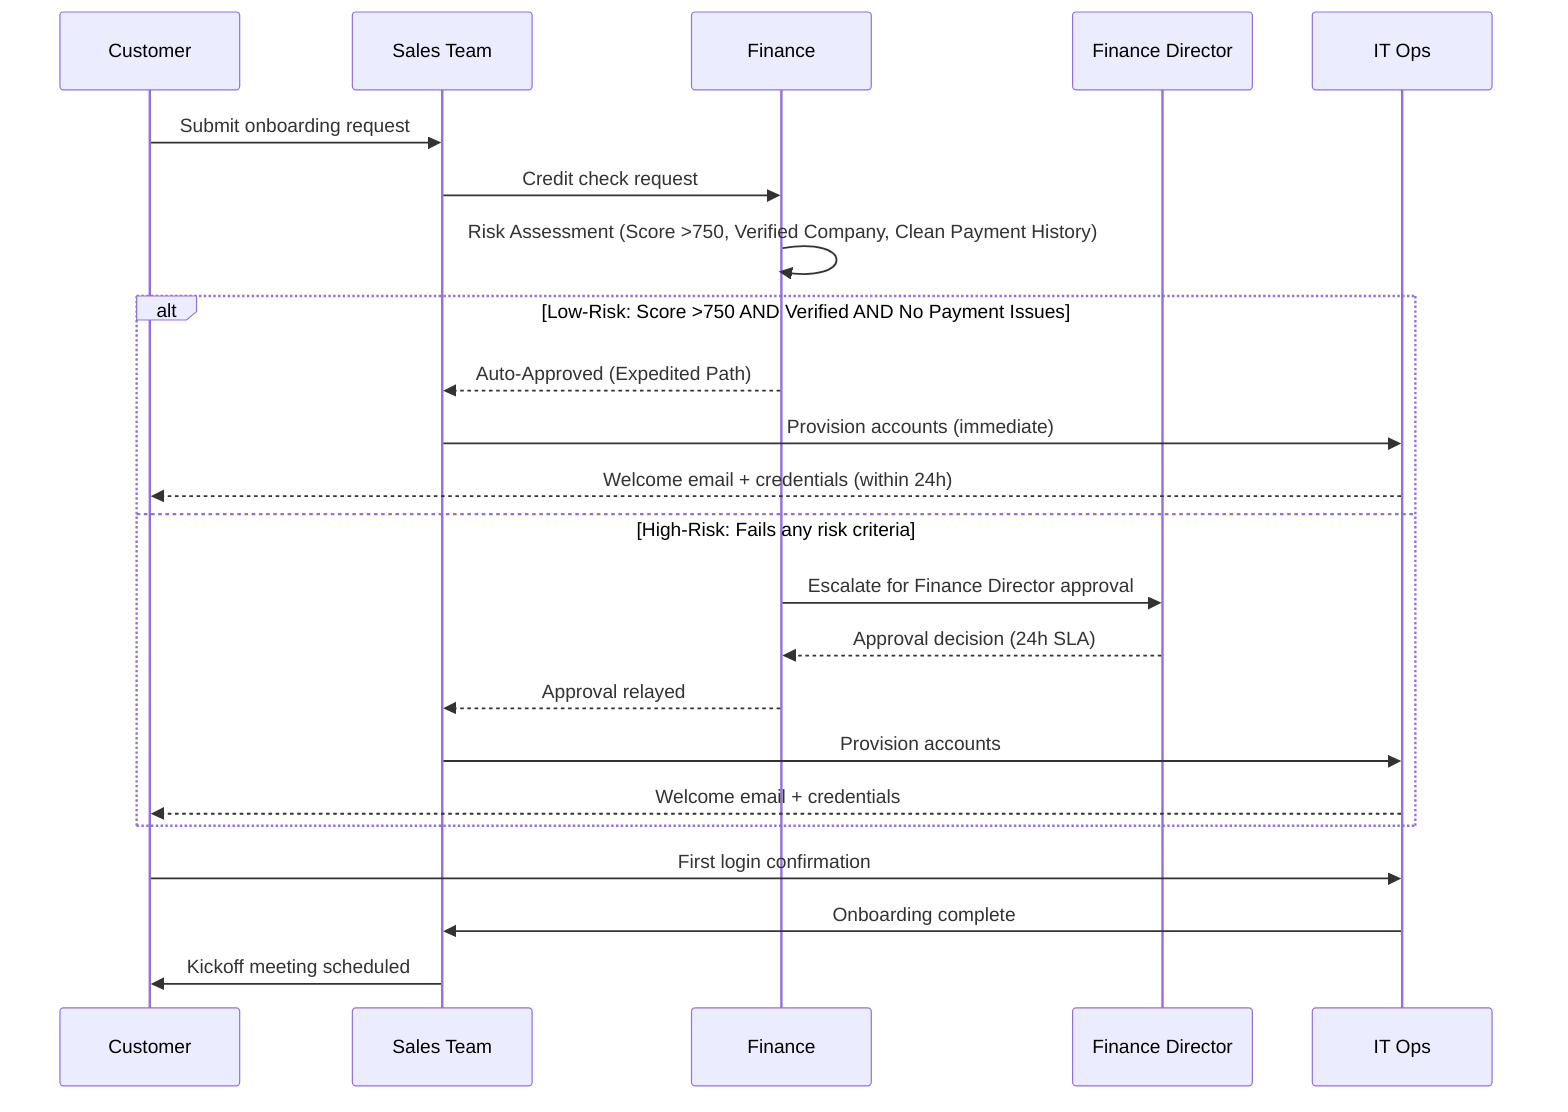
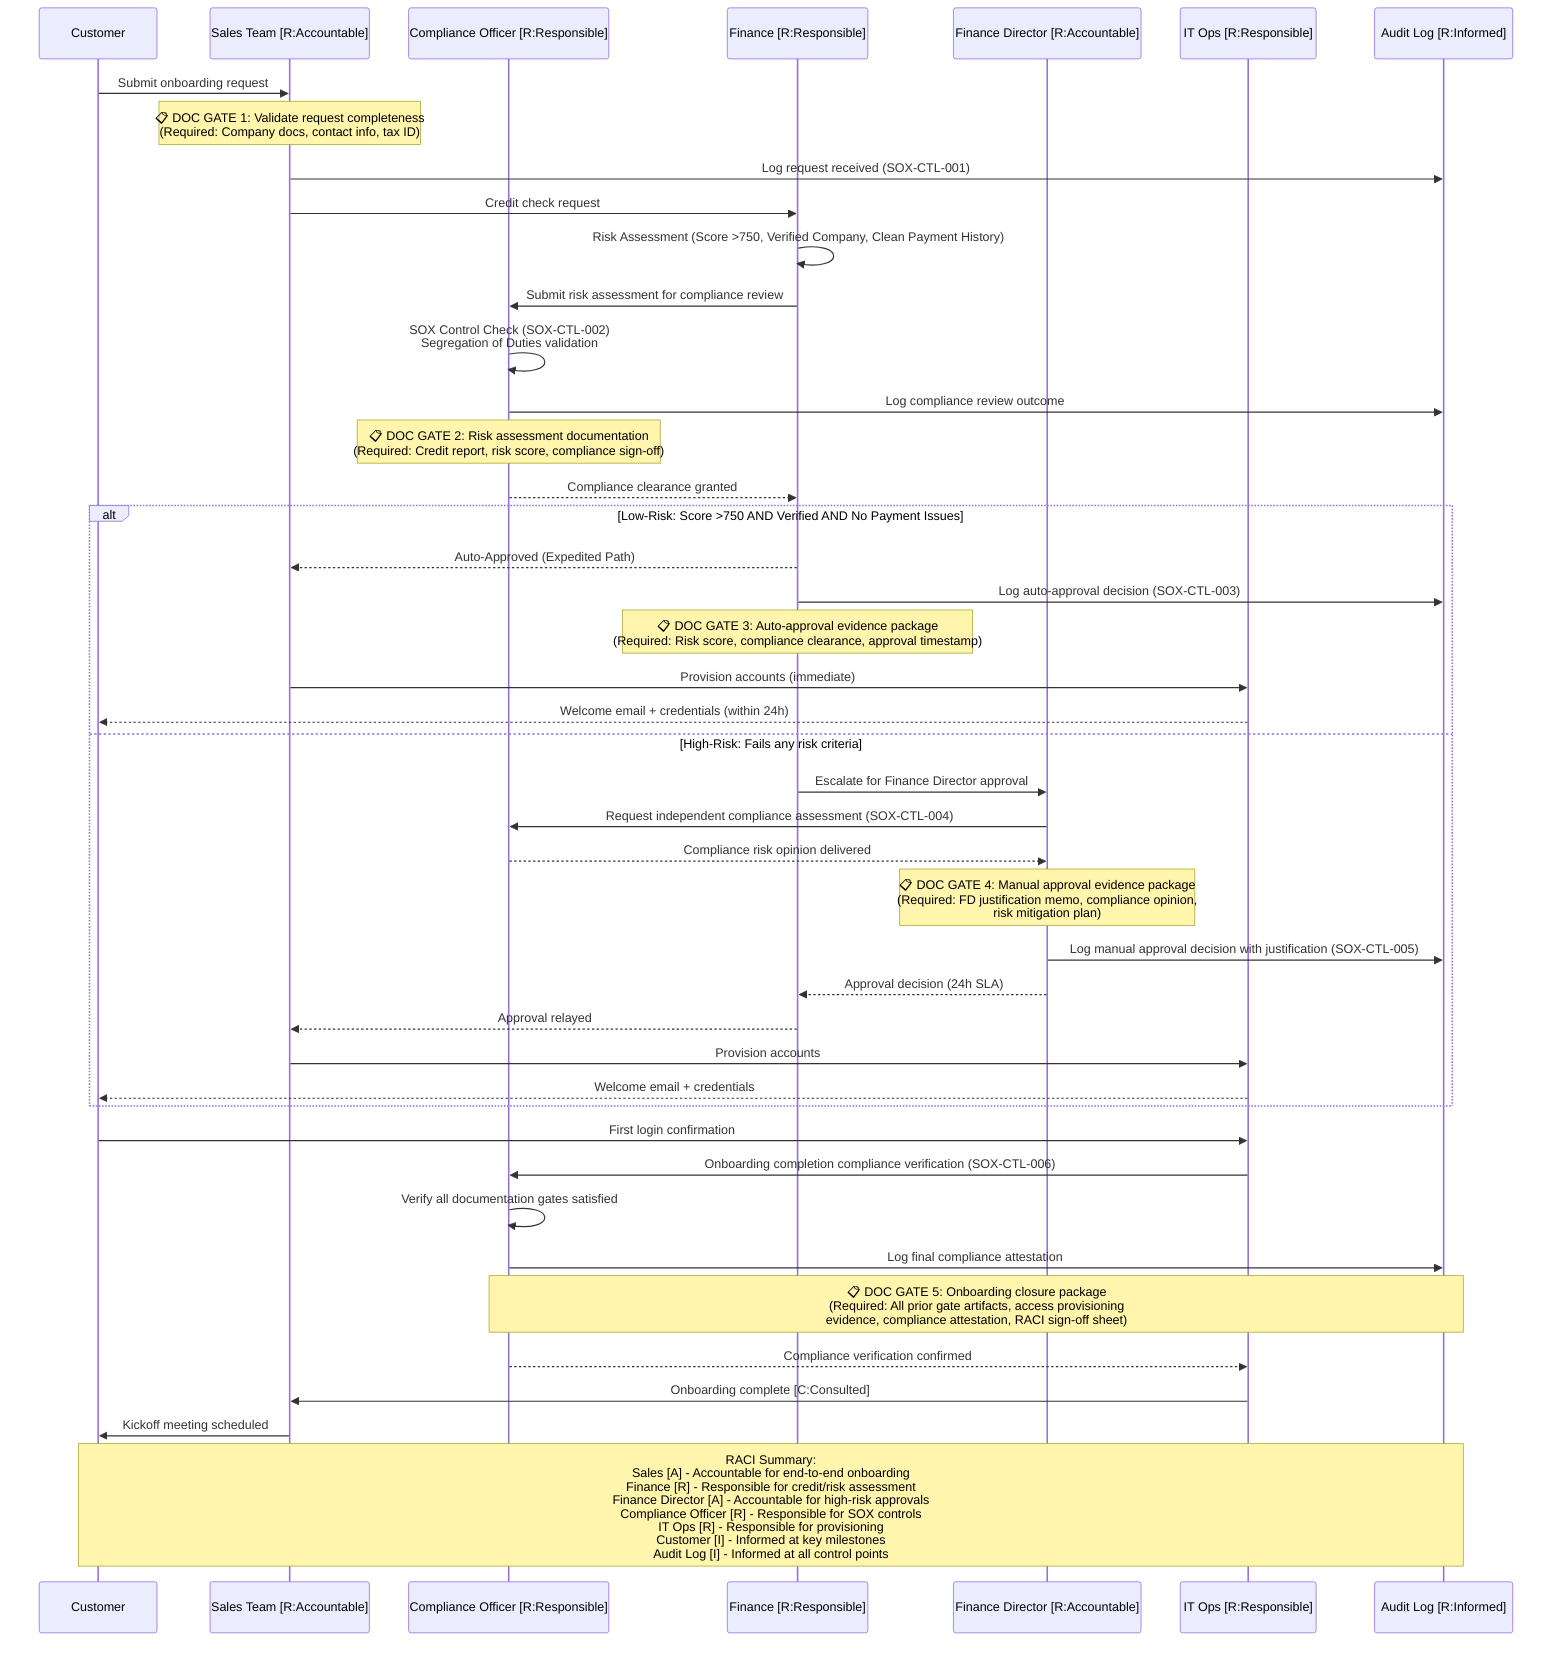
sequenceDiagram
    participant C as Customer
-     participant S as Sales Team
-     participant F as Finance
-     participant FD as Finance Director
-     participant IT as IT Ops
+     participant S as Sales Team [R:Accountable]
+     participant CO as Compliance Officer [R:Responsible]
+     participant F as Finance [R:Responsible]
+     participant FD as Finance Director [R:Accountable]
+     participant IT as IT Ops [R:Responsible]
+     participant AU as Audit Log [R:Informed]

+     %% ⚡ CHANGED SECTION - RACI labels added to all participants
    C->>S: Submit onboarding request
+     Note over S: 📋 DOC GATE 1: Validate request completeness<br/>(Required: Company docs, contact info, tax ID)
+     S->>AU: Log request received (SOX-CTL-001)
+     %% END CHANGED SECTION
+ 
    S->>F: Credit check request
-     %% ⚡ CHANGED SECTION
+ 
+     %% ⚡ CHANGED SECTION - Pre-approval compliance checkpoint
    F->>F: Risk Assessment (Score >750, Verified Company, Clean Payment History)
+     F->>CO: Submit risk assessment for compliance review
+     CO->>CO: SOX Control Check (SOX-CTL-002)<br/>Segregation of Duties validation
+     CO->>AU: Log compliance review outcome
+     Note over CO: 📋 DOC GATE 2: Risk assessment documentation<br/>(Required: Credit report, risk score, compliance sign-off)
+     CO-->>F: Compliance clearance granted
+     %% END CHANGED SECTION
+ 
    alt Low-Risk: Score >750 AND Verified AND No Payment Issues
        F-->>S: Auto-Approved (Expedited Path)
+         %% ⚡ CHANGED SECTION - SOX control for auto-approval audit trail
+         F->>AU: Log auto-approval decision (SOX-CTL-003)
+         Note over F: 📋 DOC GATE 3: Auto-approval evidence package<br/>(Required: Risk score, compliance clearance, approval timestamp)
+         %% END CHANGED SECTION
        S->>IT: Provision accounts (immediate)
        IT-->>C: Welcome email + credentials (within 24h)
    else High-Risk: Fails any risk criteria
        F->>FD: Escalate for Finance Director approval
+         %% ⚡ CHANGED SECTION - SOX control for manual approval with documentation gate
+         FD->>CO: Request independent compliance assessment (SOX-CTL-004)
+         CO-->>FD: Compliance risk opinion delivered
+         Note over FD: 📋 DOC GATE 4: Manual approval evidence package<br/>(Required: FD justification memo, compliance opinion,<br/>risk mitigation plan)
+         FD->>AU: Log manual approval decision with justification (SOX-CTL-005)
+         %% END CHANGED SECTION
        FD-->>F: Approval decision (24h SLA)
        F-->>S: Approval relayed
        S->>IT: Provision accounts
        IT-->>C: Welcome email + credentials
    end
+ 
+     C->>IT: First login confirmation
+ 
+     %% ⚡ CHANGED SECTION - Post-onboarding compliance checkpoint and final documentation gate
+     IT->>CO: Onboarding completion compliance verification (SOX-CTL-006)
+     CO->>CO: Verify all documentation gates satisfied
+     CO->>AU: Log final compliance attestation
+     Note over CO,AU: 📋 DOC GATE 5: Onboarding closure package<br/>(Required: All prior gate artifacts, access provisioning<br/>evidence, compliance attestation, RACI sign-off sheet)
+     CO-->>IT: Compliance verification confirmed
    %% END CHANGED SECTION
-     C->>IT: First login confirmation
-     IT->>S: Onboarding complete
+ 
+     IT->>S: Onboarding complete [C:Consulted]
    S->>C: Kickoff meeting scheduled

+     %% ⚡ CHANGED SECTION - RACI Matrix Reference
+     Note over C,AU: RACI Summary:<br/>Sales [A] - Accountable for end-to-end onboarding<br/>Finance [R] - Responsible for credit/risk assessment<br/>Finance Director [A] - Accountable for high-risk approvals<br/>Compliance Officer [R] - Responsible for SOX controls<br/>IT Ops [R] - Responsible for provisioning<br/>Customer [I] - Informed at key milestones<br/>Audit Log [I] - Informed at all control points
+     %% END CHANGED SECTION
+ 
%% EXPLANATION:
- %% Added a Finance Director participant and replaced the single approval flow with an alt/else block after the credit check. Low-risk customers (score >750, verified company status, clean payment history) are auto-approved by Finance and proceed directly to account provisioning on an expedited path. High-risk customers who fail any of the three criteria are escalated to the Finance Director for manual approval before provisioning, preserving the existing control workflow.+ %% Added a Compliance Officer participant and an Audit Log participant to enforce segregation of duties and maintain a SOX-compliant audit trail. Inserted six SOX control points (SOX-CTL-001 through SOX-CTL-006) at critical process stages: request intake, pre-approval compliance review, auto-approval logging, manual escalation independent assessment, manual approval justification logging, and post-onboarding compliance attestation. Added five documentation gates requiring specific artifact packages before the process can proceed past each checkpoint. Labeled all participants with RACI designations and included a summary RACI matrix note for audit reference.